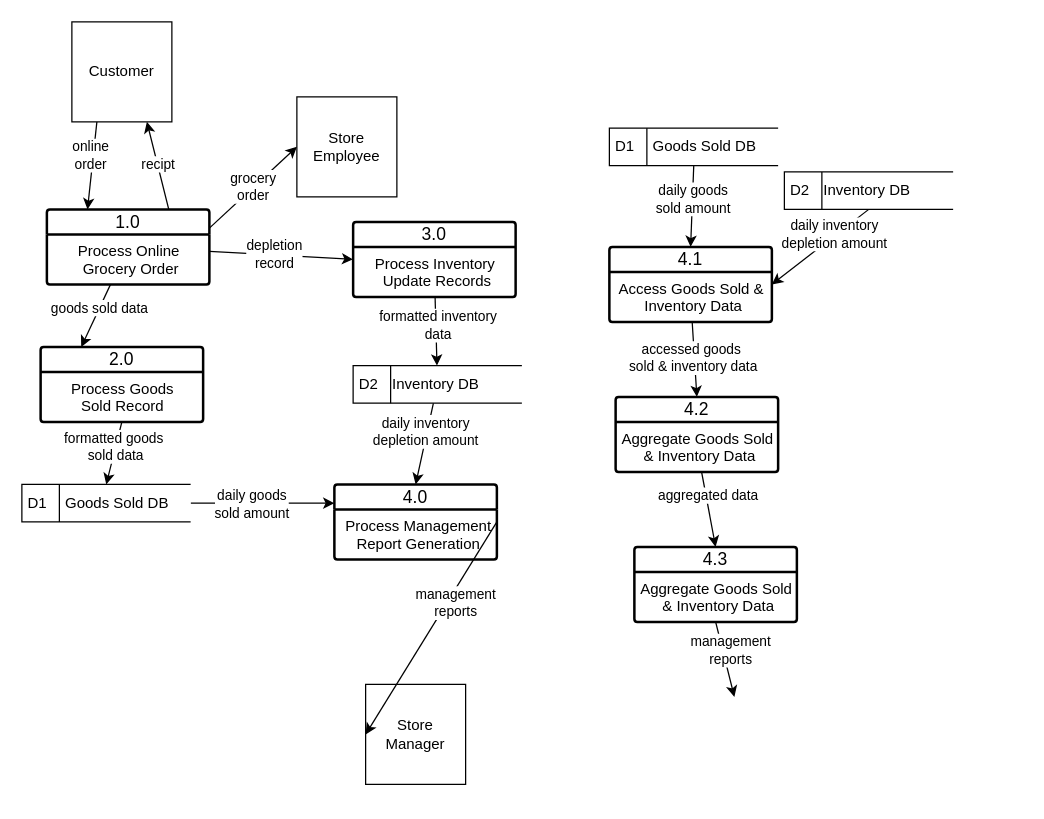
The draw.io diagram SENG 321/321L25DFD.drawio in amirabdullahi1/gold, before the edit. Source tidied: cells renumbered, new cells numbered last; positions are measured from the earlier drawing's top-left corner, leaving out a move shared by most shapes. Both pictures are drawn from the tidied source at 125%, with x=0, y=0 at pixel (21, 21).
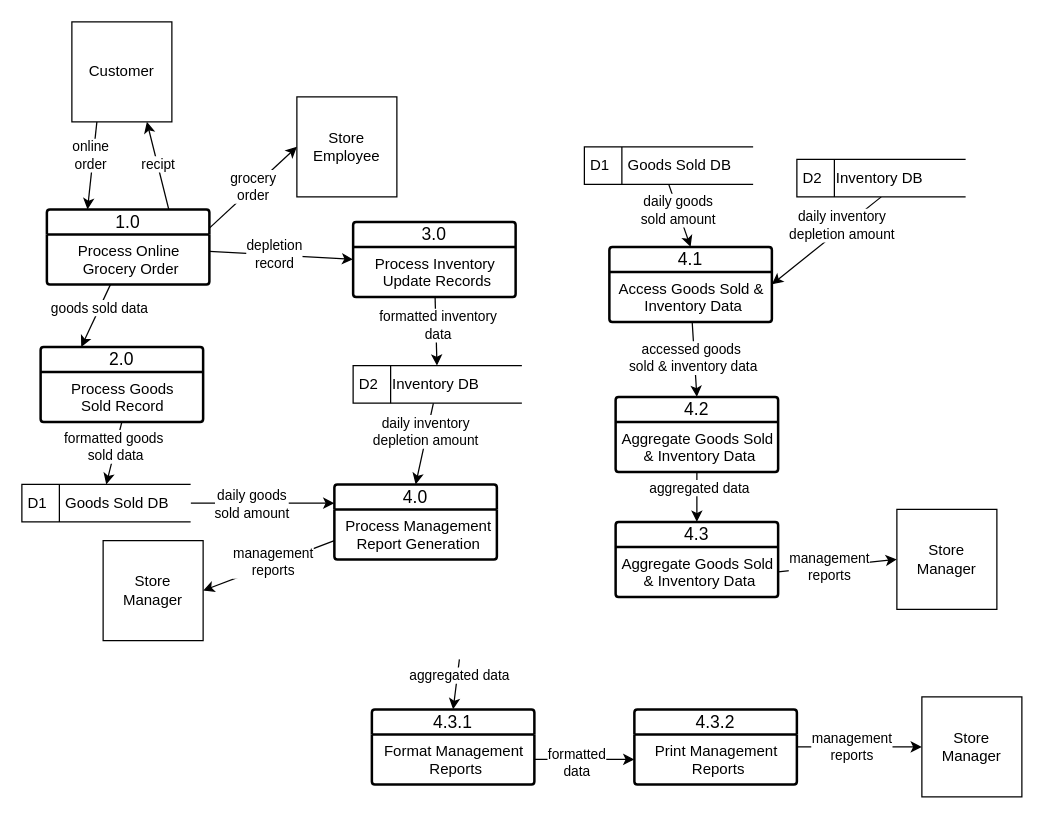
The same page after the edit.

The change refers to these unchanged cells:
```xml
<mxCell id="22" value="4.0" style="swimlane;horizontal=1;startSize=20;rounded=1;fontSize=14;fontStyle=0;strokeWidth=2;shadow=0;dashed=0;align=center;arcSize=4;whiteSpace=wrap;html=1;" parent="1" vertex="1">
  <mxGeometry x="250" y="370" width="130" height="60" as="geometry" />
</mxCell>
<mxCell id="39" value="Aggregate Goods Sold&amp;nbsp;&lt;div&gt;&amp;amp;&amp;nbsp;&lt;span style=&quot;background-color: initial;&quot;&gt;Inventory Data&lt;/span&gt;&lt;/div&gt;" style="align=center;strokeColor=none;fillColor=none;spacingLeft=4;fontSize=12;verticalAlign=top;html=1;" parent="38" vertex="1">
  <mxGeometry y="20" width="130" height="40" as="geometry" />
</mxCell>
```

The edit, as a diff of the source:
```diff
@@
     <mxCell id="8" value="Store Manager" style="whiteSpace=wrap;html=1;" parent="1" vertex="1">
-      <mxGeometry x="275" y="530" width="80" height="80" as="geometry" />
+      <mxGeometry x="65" y="415" width="80" height="80" as="geometry" />
     </mxCell>
@@
-    <mxCell id="10" style="rounded=0;jettySize=auto;html=1;entryX=0;entryY=0.5;entryDx=0;entryDy=0;exitX=1;exitY=0.5;exitDx=0;exitDy=0;" parent="1" edge="1" source="22" target="8">
+    <mxCell id="10" style="rounded=0;jettySize=auto;html=1;entryX=1;entryY=0.5;entryDx=0;entryDy=0;exitX=0;exitY=0.75;exitDx=0;exitDy=0;" parent="1" edge="1" source="22" target="8">
       <mxGeometry relative="1" as="geometry" />
     </mxCell>
     <mxCell id="11" value="management&lt;div&gt;reports&lt;/div&gt;" style="edgeLabel;html=1;align=center;verticalAlign=middle;" parent="10" vertex="1">
       <mxGeometry x="-0.25" y="1" relative="1" as="geometry">
-        <mxPoint x="5" as="offset" />
+        <mxPoint x="-11" y="1" as="offset" />
       </mxGeometry>
     </mxCell>
@@
     <mxCell id="38" value="4.3" style="swimlane;horizontal=1;startSize=20;rounded=1;fontSize=14;fontStyle=0;strokeWidth=2;shadow=0;dashed=0;align=center;arcSize=4;whiteSpace=wrap;html=1;" parent="1" vertex="1">
-      <mxGeometry x="490" y="420" width="130" height="60" as="geometry" />
+      <mxGeometry x="475" y="400" width="130" height="60" as="geometry" />
     </mxCell>
@@
-    <mxCell id="40" value="D1&lt;span style=&quot;white-space: pre;&quot;&gt;&#9;&lt;/span&gt;&amp;nbsp;Goods Sold DB" style="html=1;dashed=0;whiteSpace=wrap;shape=mxgraph.dfd.dataStoreID;align=left;spacingLeft=3;points=[[0,0],[0.5,0],[1,0],[0,0.5],[1,0.5],[0,1],[0.5,1],[1,1]];" parent="1" vertex="1">
-      <mxGeometry x="470" y="85" width="135" height="30" as="geometry" />
-    </mxCell>
@@
-    <mxCell id="43" value="D2&lt;span style=&quot;white-space: pre;&quot;&gt;&#9;&lt;/span&gt;Inventory DB" style="html=1;dashed=0;whiteSpace=wrap;shape=mxgraph.dfd.dataStoreID;align=left;spacingLeft=3;points=[[0,0],[0.5,0],[1,0],[0,0.5],[1,0.5],[0,1],[0.5,1],[1,1]];" parent="1" vertex="1">
-      <mxGeometry x="610" y="120" width="135" height="30" as="geometry" />
-    </mxCell>
@@
-    <mxCell id="50" style="rounded=0;jettySize=auto;html=1;exitX=0.5;exitY=1;exitDx=0;exitDy=0;" parent="1" edge="1" source="39">
-      <mxGeometry relative="1" as="geometry">
-        <mxPoint x="570" y="540" as="targetPoint" />
-      </mxGeometry>
+    <mxCell id="50" style="rounded=0;jettySize=auto;html=1;exitX=1;exitY=0.5;exitDx=0;exitDy=0;entryX=0;entryY=0.5;entryDx=0;entryDy=0;" parent="1" edge="1" source="39" target="52">
+      <mxGeometry relative="1" as="geometry" />
     </mxCell>
@@
+    <mxCell id="43" value="D2&lt;span style=&quot;white-space: pre;&quot;&gt;&#9;&lt;/span&gt;Inventory DB" style="html=1;dashed=0;whiteSpace=wrap;shape=mxgraph.dfd.dataStoreID;align=left;spacingLeft=3;points=[[0,0],[0.5,0],[1,0],[0,0.5],[1,0.5],[0,1],[0.5,1],[1,1]];" parent="1" vertex="1">
+      <mxGeometry x="620" y="110" width="135" height="30" as="geometry" />
+    </mxCell>
+    <mxCell id="40" value="D1&lt;span style=&quot;white-space: pre;&quot;&gt;&#9;&lt;/span&gt;&amp;nbsp;Goods Sold DB" style="html=1;dashed=0;whiteSpace=wrap;shape=mxgraph.dfd.dataStoreID;align=left;spacingLeft=3;points=[[0,0],[0.5,0],[1,0],[0,0.5],[1,0.5],[0,1],[0.5,1],[1,1]];" parent="1" vertex="1">
+      <mxGeometry x="450" y="100" width="135" height="30" as="geometry" />
+    </mxCell>
+    <mxCell id="52" value="Store Manager" style="whiteSpace=wrap;html=1;" parent="1" vertex="1">
+      <mxGeometry x="700" y="390" width="80" height="80" as="geometry" />
+    </mxCell>
+    <mxCell id="53" style="rounded=0;jettySize=auto;html=1;entryX=0.5;entryY=0;entryDx=0;entryDy=0;" parent="1" edge="1" target="55">
+      <mxGeometry relative="1" as="geometry">
+        <mxPoint x="350" y="510" as="sourcePoint" />
+      </mxGeometry>
+    </mxCell>
+    <mxCell id="54" value="aggregated data" style="edgeLabel;html=1;align=center;verticalAlign=middle;" parent="53" vertex="1">
+      <mxGeometry x="-0.38" y="1" relative="1" as="geometry" />
+    </mxCell>
+    <mxCell id="55" value="4.3.1" style="swimlane;horizontal=1;startSize=20;rounded=1;fontSize=14;fontStyle=0;strokeWidth=2;shadow=0;dashed=0;align=center;arcSize=4;whiteSpace=wrap;html=1;" parent="1" vertex="1">
+      <mxGeometry x="280" y="550" width="130" height="60" as="geometry" />
+    </mxCell>
+    <mxCell id="56" value="Format Management&amp;nbsp;&lt;div&gt;Reports&lt;/div&gt;" style="align=center;strokeColor=none;fillColor=none;spacingLeft=4;fontSize=12;verticalAlign=top;html=1;" parent="55" vertex="1">
+      <mxGeometry y="20" width="130" height="40" as="geometry" />
+    </mxCell>
+    <mxCell id="57" value="4.3.2" style="swimlane;horizontal=1;startSize=20;rounded=1;fontSize=14;fontStyle=0;strokeWidth=2;shadow=0;dashed=0;align=center;arcSize=4;whiteSpace=wrap;html=1;" parent="1" vertex="1">
+      <mxGeometry x="490" y="550" width="130" height="60" as="geometry" />
+    </mxCell>
+    <mxCell id="58" value="Print Management&amp;nbsp;&lt;div&gt;Reports&lt;/div&gt;" style="align=center;strokeColor=none;fillColor=none;spacingLeft=4;fontSize=12;verticalAlign=top;html=1;" parent="57" vertex="1">
+      <mxGeometry y="20" width="130" height="40" as="geometry" />
+    </mxCell>
+    <mxCell id="59" style="rounded=0;jettySize=auto;html=1;entryX=0;entryY=0.5;entryDx=0;entryDy=0;exitX=1;exitY=0.5;exitDx=0;exitDy=0;" parent="1" edge="1" source="56" target="58">
+      <mxGeometry relative="1" as="geometry" />
+    </mxCell>
+    <mxCell id="60" value="formatted&lt;div&gt;data&lt;/div&gt;" style="edgeLabel;html=1;align=center;verticalAlign=middle;" parent="59" vertex="1">
+      <mxGeometry x="-0.18" y="-2" relative="1" as="geometry" />
+    </mxCell>
+    <mxCell id="61" value="Store Manager" style="whiteSpace=wrap;html=1;" parent="1" vertex="1">
+      <mxGeometry x="720" y="540" width="80" height="80" as="geometry" />
+    </mxCell>
+    <mxCell id="62" style="rounded=0;jettySize=auto;html=1;exitX=1;exitY=0.25;exitDx=0;exitDy=0;entryX=0;entryY=0.5;entryDx=0;entryDy=0;" parent="1" edge="1" source="58" target="61">
+      <mxGeometry relative="1" as="geometry" />
+    </mxCell>
+    <mxCell id="63" value="management&lt;div&gt;reports&lt;/div&gt;" style="edgeLabel;html=1;align=center;verticalAlign=middle;" parent="62" vertex="1">
+      <mxGeometry x="-0.25" y="1" relative="1" as="geometry">
+        <mxPoint x="5" as="offset" />
+      </mxGeometry>
+    </mxCell>
```
